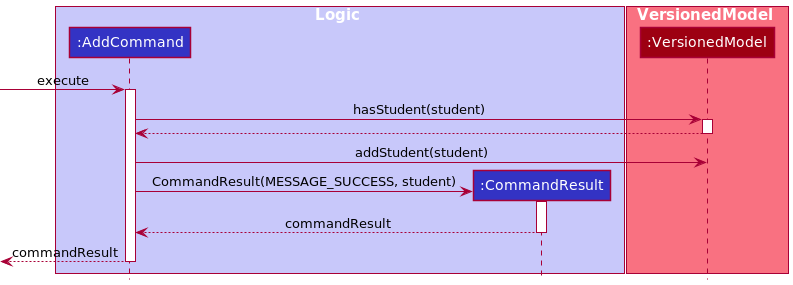
Above: docs/images/dg/logic/commands/addcommand/AddCommandSequenceDiagram.png in nus-cs2103-AY2122S1/tp (PlantUML), before the change. Its diagram source:
```plantuml
@startuml
!include ../../../style.puml

box Logic LOGIC_COLOR_T1
Participant ":AddCommand" as ac LOGIC_COLOR
Participant ":CommandResult" as result LOGIC_COLOR
end box

box VersionedModel MODEL_COLOR_T1
Participant ":VersionedModel" as mm MODEL_COLOR
end box

-> ac ++ :execute
ac -> mm ++ :hasStudent(student)
return
ac -> mm :addStudent(student)

create result
ac -> result ++ :CommandResult(MESSAGE_SUCCESS, student)
return commandResult
return commandResult
@enduml
```
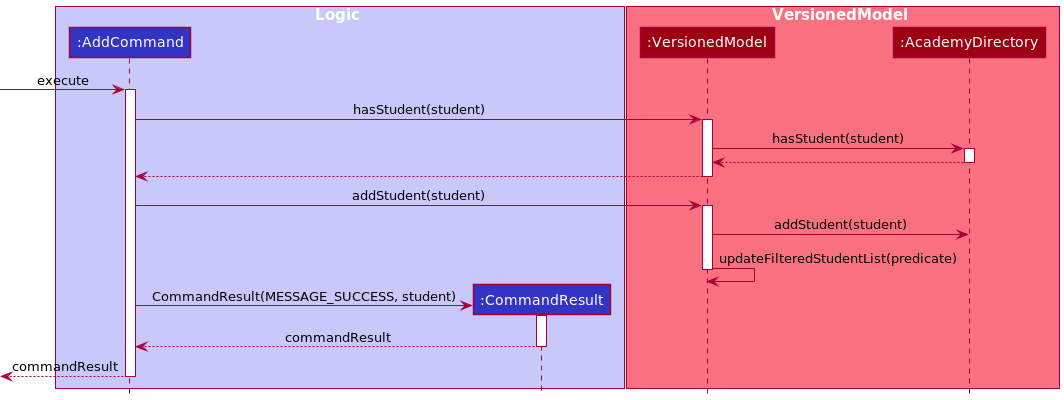
The same file after the commit.

Change to the diagram source:
```diff
@@ -8,12 +8,18 @@
 
 box VersionedModel MODEL_COLOR_T1
 Participant ":VersionedModel" as mm MODEL_COLOR
+Participant ":AcademyDirectory" as ad MODEL_COLOR
 end box
 
 -> ac ++ :execute
 ac -> mm ++ :hasStudent(student)
+mm -> ad ++ :hasStudent(student)
 return
-ac -> mm :addStudent(student)
+return
+ac -> mm ++ :addStudent(student)
+mm -> ad :addStudent(student)
+mm -> mm : updateFilteredStudentList(predicate)
+deactivate
 
 create result
 ac -> result ++ :CommandResult(MESSAGE_SUCCESS, student)
```
